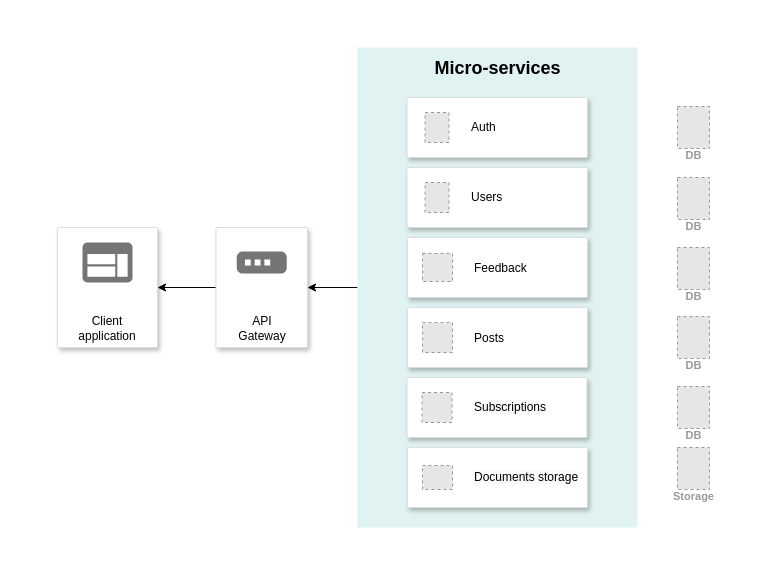
Earlier version of the draw.io diagram specification.drawio (il421/196724-readme-6). Source tidied: cells renumbered, new cells numbered last; positions are measured from the earlier drawing's top-left corner, leaving out a move shared by most shapes. Both pictures are drawn from the tidied source at 100%, with x=0, y=0 at pixel (57, 47). Pictures stored in the file or linked from it are replaced by grey dashed boxes.
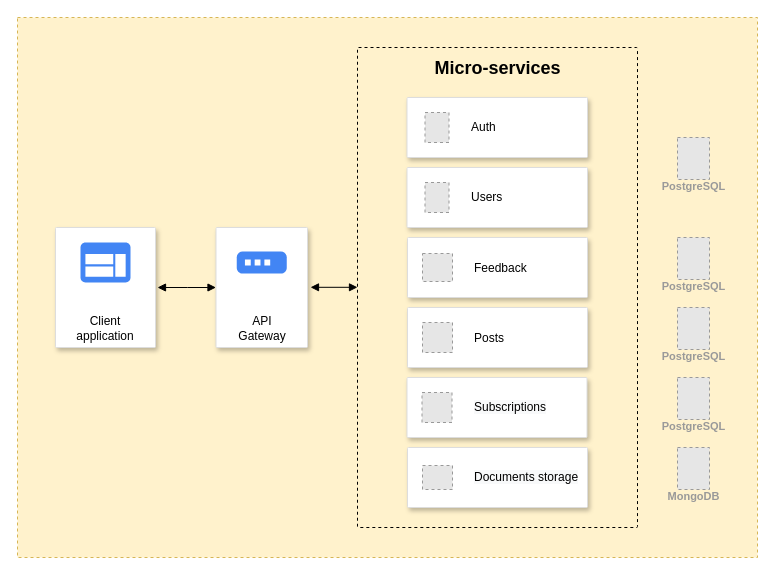
Above is the later version.

The change refers to these unchanged cells:
```xml
<mxCell id="7" value="API&#10;Gateway" style="strokeColor=#dddddd;shadow=1;strokeWidth=1;rounded=1;absoluteArcSize=1;arcSize=2;labelPosition=center;verticalLabelPosition=middle;align=center;verticalAlign=bottom;spacingLeft=0;fontColor=#000000;fontSize=12;whiteSpace=wrap;spacingBottom=2;" parent="1" vertex="1">
  <mxGeometry x="158.5" y="180" width="91.5" height="120" as="geometry" />
</mxCell>
```

Diff of the diagram source:
```diff
@@
-    <mxCell id="2" style="edgeStyle=orthogonalEdgeStyle;rounded=0;jettySize=auto;html=1;exitX=0;exitY=0.5;exitDx=0;exitDy=0;exitPerimeter=0;fontSize=18;fontColor=#000000;" parent="1" edge="1" source="3" target="7">
-      <mxGeometry relative="1" as="geometry" />
-    </mxCell>
+    <mxCell id="27" style="rounded=0;whiteSpace=wrap;html=1;dashed=1;strokeColor=#d6b656;fillColor=#fff2cc;" parent="1" vertex="1">
+      <mxGeometry x="-40" y="-30" width="740" height="540" as="geometry" />
+    </mxCell>
-    <mxCell id="3" value="&lt;font color=&quot;#000000&quot; style=&quot;font-size: 18px;&quot;&gt;&lt;b&gt;Micro-services&lt;/b&gt;&lt;/font&gt;" style="sketch=0;points=[[0,0,0],[0.25,0,0],[0.5,0,0],[0.75,0,0],[1,0,0],[1,0.25,0],[1,0.5,0],[1,0.75,0],[1,1,0],[0.75,1,0],[0.5,1,0],[0.25,1,0],[0,1,0],[0,0.75,0],[0,0.5,0],[0,0.25,0]];rounded=1;absoluteArcSize=1;arcSize=2;html=1;strokeColor=none;gradientColor=none;shadow=0;dashed=0;fontSize=12;fontColor=#9E9E9E;align=center;verticalAlign=top;spacing=10;spacingTop=-4;fillColor=#E0F2F1;" parent="1" vertex="1">
+    <mxCell id="3" value="&lt;font color=&quot;#000000&quot; style=&quot;font-size: 18px;&quot;&gt;&lt;b&gt;Micro-services&lt;/b&gt;&lt;/font&gt;" style="sketch=0;points=[[0,0,0],[0.25,0,0],[0.5,0,0],[0.75,0,0],[1,0,0],[1,0.25,0],[1,0.5,0],[1,0.75,0],[1,1,0],[0.75,1,0],[0.5,1,0],[0.25,1,0],[0,1,0],[0,0.75,0],[0,0.5,0],[0,0.25,0]];rounded=1;absoluteArcSize=1;arcSize=2;html=1;strokeColor=default;gradientColor=none;shadow=0;dashed=1;fontSize=12;fontColor=#9E9E9E;align=center;verticalAlign=top;spacing=10;spacingTop=-4;fillColor=none;" parent="1" vertex="1">
       <mxGeometry x="300" width="280" height="480" as="geometry" />
     </mxCell>
     <mxCell id="4" value="Client &#10;application" style="strokeColor=#dddddd;shadow=1;strokeWidth=1;rounded=1;absoluteArcSize=1;arcSize=2;labelPosition=center;verticalLabelPosition=middle;align=center;verticalAlign=bottom;spacingLeft=0;fontColor=#000000;fontSize=12;whiteSpace=wrap;spacingBottom=2;" parent="1" vertex="1">
-      <mxGeometry y="180" width="100" height="120" as="geometry" />
+      <mxGeometry x="-2" y="180" width="100" height="120" as="geometry" />
     </mxCell>
-    <mxCell id="5" style="sketch=0;dashed=0;html=1;fillColor=#757575;strokeColor=none;shape=mxgraph.gcp2.application;" parent="4" vertex="1">
+    <mxCell id="5" style="sketch=0;dashed=0;html=1;fillColor=#4285F4;strokeColor=none;shape=mxgraph.gcp2.application;" parent="4" vertex="1">
       <mxGeometry x="0.5" width="50" height="40" relative="1" as="geometry">
         <mxPoint x="-25" y="15" as="offset" />
       </mxGeometry>
     </mxCell>
-    <mxCell id="6" style="edgeStyle=orthogonalEdgeStyle;rounded=0;jumpSize=16;jettySize=auto;html=1;exitX=0;exitY=0.5;exitDx=0;exitDy=0;entryX=1;entryY=0.5;entryDx=0;entryDy=0;fontSize=18;fontColor=#000000;" parent="1" edge="1" source="7" target="4">
-      <mxGeometry relative="1" as="geometry" />
+    <mxCell id="6" style="edgeStyle=orthogonalEdgeStyle;rounded=0;jumpSize=16;jettySize=auto;html=1;exitX=0;exitY=0.5;exitDx=0;exitDy=0;fontSize=18;fontColor=#000000;strokeWidth=1;startArrow=block;startFill=1;endArrow=block;endFill=1;" parent="1" edge="1" source="7">
+      <mxGeometry relative="1" as="geometry">
+        <mxPoint x="100" y="240" as="targetPoint" />
+      </mxGeometry>
     </mxCell>
@@
-    <mxCell id="8" style="sketch=0;dashed=0;html=1;fillColor=#757575;strokeColor=none;shape=mxgraph.gcp2.gateway_icon;" parent="7" vertex="1">
+    <mxCell id="8" style="sketch=0;dashed=0;html=1;fillColor=#4285F4;strokeColor=none;shape=mxgraph.gcp2.gateway_icon;" parent="7" vertex="1">
       <mxGeometry x="0.5" width="50" height="22" relative="1" as="geometry">
         <mxPoint x="-25" y="24" as="offset" />
       </mxGeometry>
     </mxCell>
@@
-    <mxCell id="17" value="Storage" style="fillColor=#E6E6E6;strokeColor=#999999;dashed=1;html=1;verticalAlign=top;labelPosition=center;verticalLabelPosition=bottom;align=center;spacingTop=-6;fontSize=11;fontStyle=1;fontColor=#999999;" parent="1" vertex="1">
+    <mxCell id="17" value="MongoDB" style="fillColor=#E6E6E6;strokeColor=#999999;dashed=1;html=1;verticalAlign=top;labelPosition=center;verticalLabelPosition=bottom;align=center;spacingTop=-6;fontSize=11;fontStyle=1;fontColor=#999999;" parent="1" vertex="1">
       <mxGeometry x="620" y="400" width="32" height="42" as="geometry" />
     </mxCell>
@@
-    <mxCell id="22" value="DB" style="fillColor=#E6E6E6;strokeColor=#999999;dashed=1;html=1;verticalAlign=top;labelPosition=center;verticalLabelPosition=bottom;align=center;spacingTop=-6;fontSize=11;fontStyle=1;fontColor=#999999;" parent="1" vertex="1">
-      <mxGeometry x="620" y="339" width="32" height="42" as="geometry" />
-    </mxCell>
-    <mxCell id="23" value="DB" style="fillColor=#E6E6E6;strokeColor=#999999;dashed=1;html=1;verticalAlign=top;labelPosition=center;verticalLabelPosition=bottom;align=center;spacingTop=-6;fontSize=11;fontStyle=1;fontColor=#999999;" parent="1" vertex="1">
-      <mxGeometry x="620" y="269" width="32" height="42" as="geometry" />
-    </mxCell>
-    <mxCell id="24" value="DB" style="fillColor=#E6E6E6;strokeColor=#999999;dashed=1;html=1;verticalAlign=top;labelPosition=center;verticalLabelPosition=bottom;align=center;spacingTop=-6;fontSize=11;fontStyle=1;fontColor=#999999;" parent="1" vertex="1">
-      <mxGeometry x="620" y="200" width="32" height="42" as="geometry" />
-    </mxCell>
-    <mxCell id="25" value="DB" style="fillColor=#E6E6E6;strokeColor=#999999;dashed=1;html=1;verticalAlign=top;labelPosition=center;verticalLabelPosition=bottom;align=center;spacingTop=-6;fontSize=11;fontStyle=1;fontColor=#999999;" parent="1" vertex="1">
-      <mxGeometry x="620" y="130" width="32" height="42" as="geometry" />
-    </mxCell>
-    <mxCell id="26" value="DB" style="fillColor=#E6E6E6;strokeColor=#999999;dashed=1;html=1;verticalAlign=top;labelPosition=center;verticalLabelPosition=bottom;align=center;spacingTop=-6;fontSize=11;fontStyle=1;fontColor=#999999;" parent="1" vertex="1">
-      <mxGeometry x="620" y="59" width="32" height="42" as="geometry" />
+    <mxCell id="26" value="PostgreSQL" style="fillColor=#E6E6E6;strokeColor=#999999;dashed=1;html=1;verticalAlign=top;labelPosition=center;verticalLabelPosition=bottom;align=center;spacingTop=-6;fontSize=11;fontStyle=1;fontColor=#999999;" parent="1" vertex="1">
+      <mxGeometry x="620" y="90" width="32" height="42" as="geometry" />
     </mxCell>
+    <mxCell id="28" style="edgeStyle=orthogonalEdgeStyle;rounded=0;jumpSize=16;orthogonalLoop=1;jettySize=auto;html=1;fontSize=18;fontColor=#000000;strokeWidth=1;startArrow=block;startFill=1;endArrow=block;endFill=1;" parent="1" edge="1">
+      <mxGeometry relative="1" as="geometry">
+        <mxPoint x="300" y="240" as="sourcePoint" />
+        <mxPoint x="253" y="239.8" as="targetPoint" />
+        <Array as="points">
+          <mxPoint x="253" y="240" />
+        </Array>
+      </mxGeometry>
+    </mxCell>
+    <mxCell id="29" value="PostgreSQL" style="fillColor=#E6E6E6;strokeColor=#999999;dashed=1;html=1;verticalAlign=top;labelPosition=center;verticalLabelPosition=bottom;align=center;spacingTop=-6;fontSize=11;fontStyle=1;fontColor=#999999;" parent="1" vertex="1">
+      <mxGeometry x="620" y="190" width="32" height="42" as="geometry" />
+    </mxCell>
+    <mxCell id="30" value="PostgreSQL" style="fillColor=#E6E6E6;strokeColor=#999999;dashed=1;html=1;verticalAlign=top;labelPosition=center;verticalLabelPosition=bottom;align=center;spacingTop=-6;fontSize=11;fontStyle=1;fontColor=#999999;" parent="1" vertex="1">
+      <mxGeometry x="620" y="260" width="32" height="42" as="geometry" />
+    </mxCell>
+    <mxCell id="31" value="PostgreSQL" style="fillColor=#E6E6E6;strokeColor=#999999;dashed=1;html=1;verticalAlign=top;labelPosition=center;verticalLabelPosition=bottom;align=center;spacingTop=-6;fontSize=11;fontStyle=1;fontColor=#999999;" parent="1" vertex="1">
+      <mxGeometry x="620" y="330" width="32" height="42" as="geometry" />
+    </mxCell>
```
